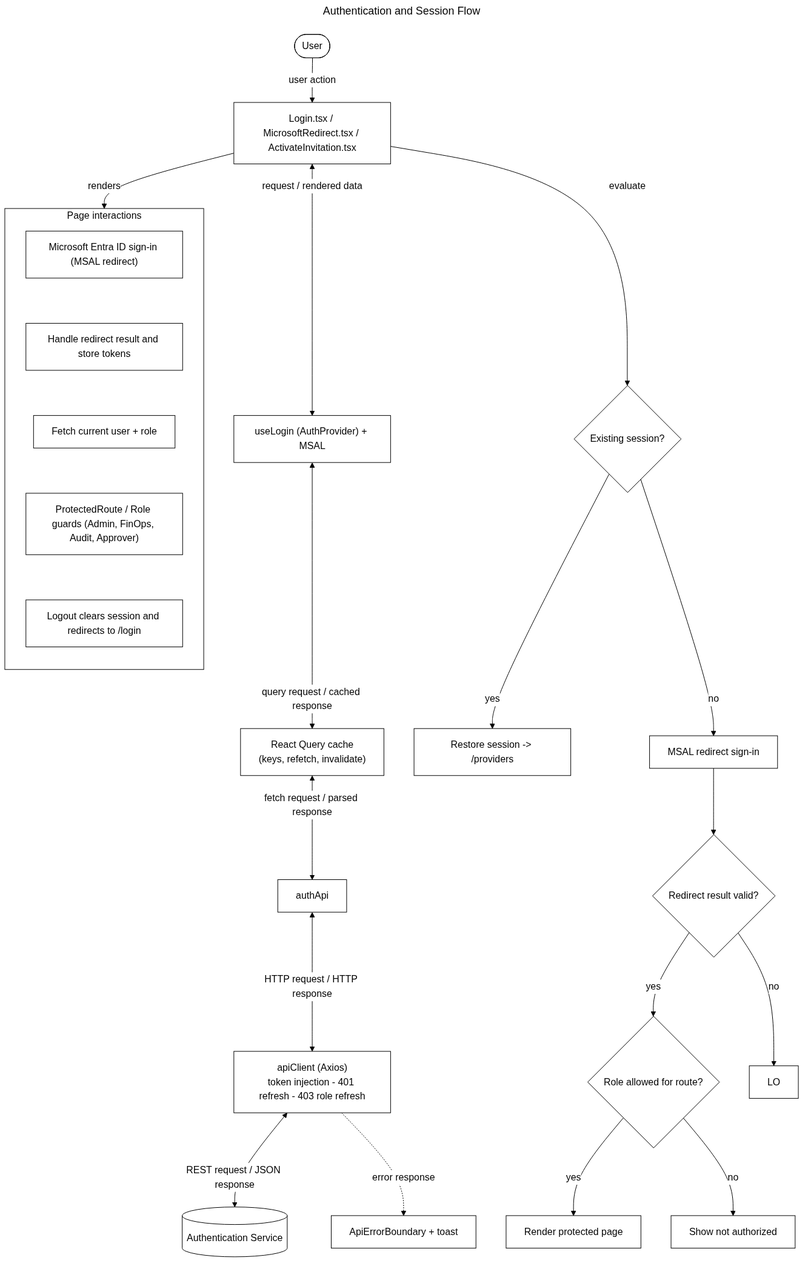
sayeeduddinofficial/user-table-view keeps this Mermaid diagram as docs/flowcharts/png/auth.png. Above is the earlier version. Its source is kept beside it as docs/flowcharts/auth.mmd.
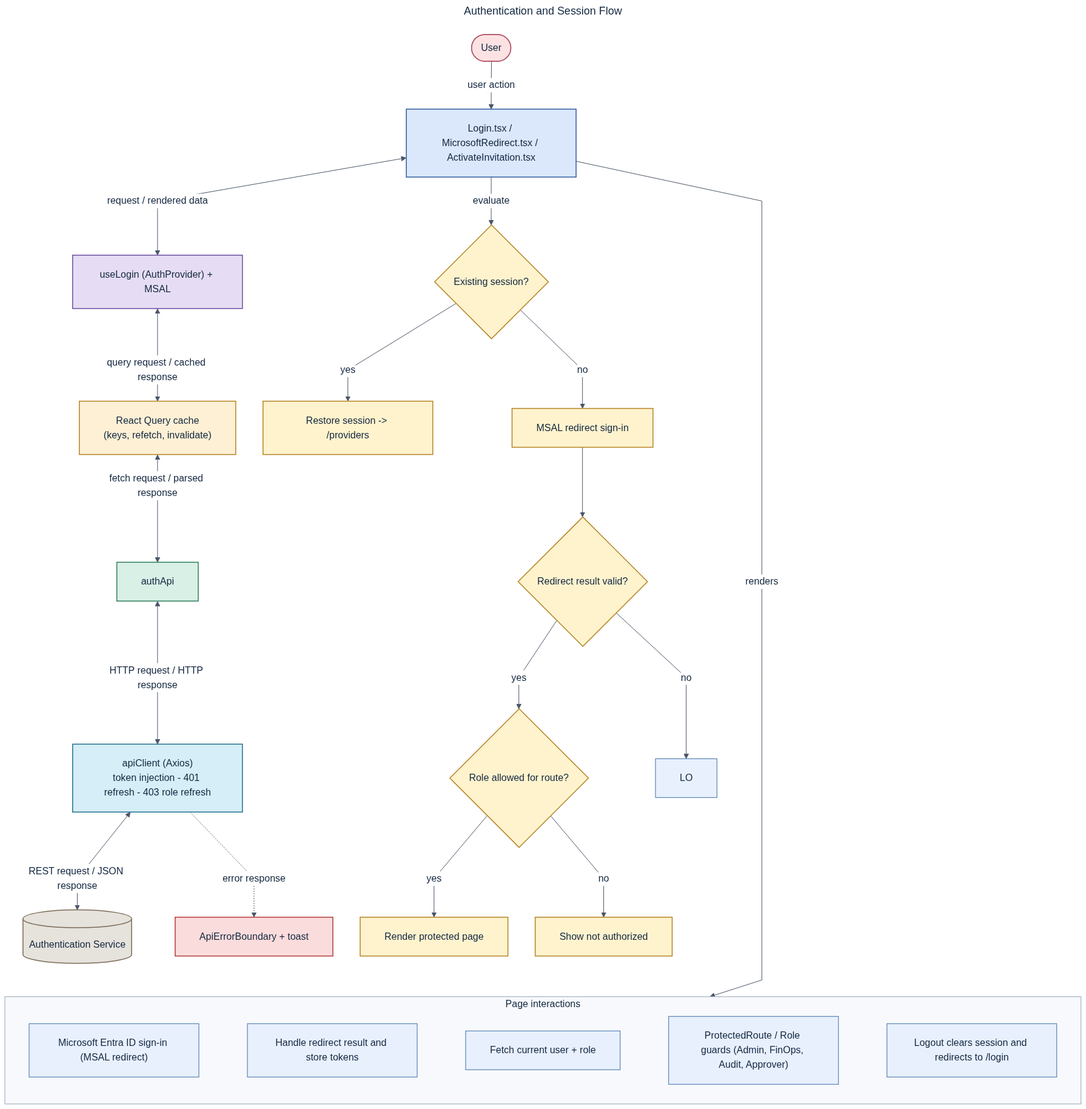
The same file after the commit.

Diff of the diagram source:
```diff
@@ -10,7 +10,7 @@
   C <-->|"REST request / JSON response"| S[("Authentication Service")]
   P -->|"renders"| UI
   subgraph UI[Page interactions]
-    direction TB
+    direction LR
     S0["Microsoft Entra ID sign-in (MSAL redirect)"]
     S1["Handle redirect result and store tokens"]
     S2["Fetch current user + role"]
@@ -19,6 +19,7 @@
     S0 ~~~ S1 ~~~ S2 ~~~ S3 ~~~ S4
   end
   C -. "error response" .-> E["ApiErrorBoundary + toast"]
+  E ~~~ UI
 
   P -->|"evaluate"| X0
   X0{"Existing session?"} -->|"yes"| X1["Restore session -> /providers"]
@@ -28,3 +29,22 @@
   X3 -->|"no"| LO
   X4 -->|"yes"| X5["Render protected page"]
   X4 -->|"no"| X6["Show not authorized"]
+
+classDef actor fill:#fde2e4,stroke:#b3546a,stroke-width:1.5px,color:#12263f;
+classDef page fill:#dbe7fb,stroke:#2f5d9e,stroke-width:1.5px,color:#12263f;
+classDef hook fill:#e6ddf5,stroke:#6b4fa0,stroke-width:1.5px,color:#12263f;
+classDef cache fill:#fdf0d5,stroke:#b58324,stroke-width:1.5px,color:#12263f;
+classDef api fill:#d8f0e6,stroke:#2e7d5b,stroke-width:1.5px,color:#12263f;
+classDef client fill:#d5eef7,stroke:#22708c,stroke-width:1.5px,color:#12263f;
+classDef svc fill:#e6e2dc,stroke:#7a6a55,stroke-width:1.5px,color:#12263f;
+classDef err fill:#fbdcdc,stroke:#b03a3a,stroke-width:1.5px,color:#12263f;
+classDef dec fill:#fff3cd,stroke:#b58324,stroke-width:1.5px,color:#12263f;
+class A api;
+class C client;
+class E err;
+class H hook;
+class P page;
+class Q cache;
+class S svc;
+class U actor;
+class X0,X1,X2,X3,X4,X5,X6 dec;
```
